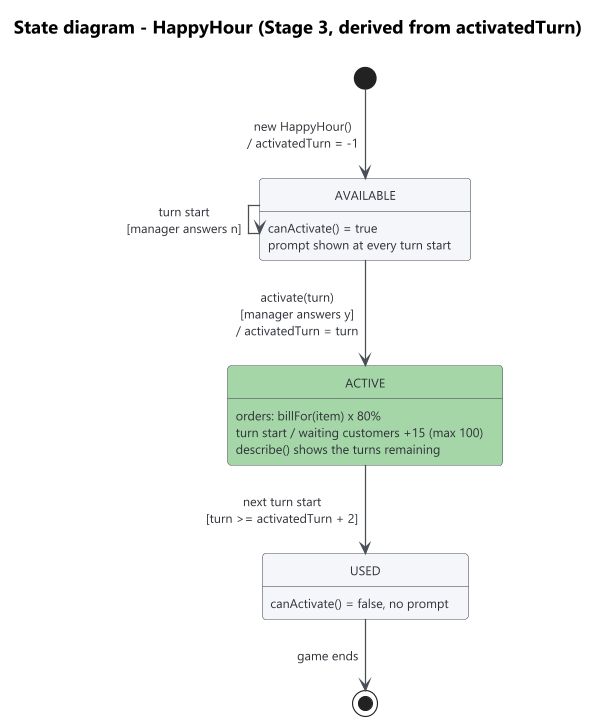
Earlier version of the PlantUML export docs/diagrams/state-happyhour.png (SleepyBryan01/SC2002_OOP_Restaurant_Rush).
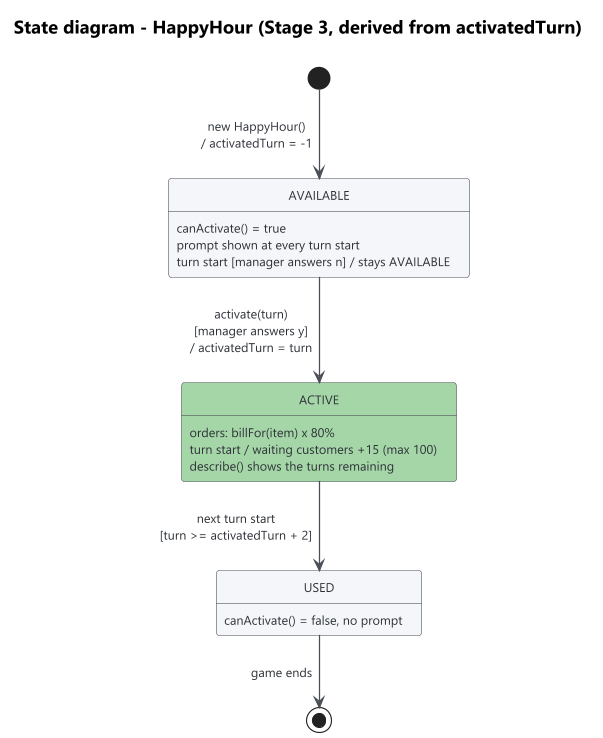
The same diagram one commit later.

Commit message:
Docs: Happy Hour 'answers n' as an internal transition, swatch in the customer state key

The edit, as a diff of the source:
```diff
@@ -8,13 +8,13 @@
 
 AVAILABLE : canActivate() = true
 AVAILABLE : prompt shown at every turn start
+AVAILABLE : turn start [manager answers n] / stays AVAILABLE
 ACTIVE : orders: billFor(item) x 80%
 ACTIVE : turn start / waiting customers +15 (max 100)
 ACTIVE : describe() shows the turns remaining
 USED : canActivate() = false, no prompt
 
 [*] --> AVAILABLE : new HappyHour()\n/ activatedTurn = -1
-AVAILABLE --> AVAILABLE : turn start\n[manager answers n]
 AVAILABLE --> ACTIVE : activate(turn)\n[manager answers y]\n/ activatedTurn = turn
 ACTIVE --> USED : next turn start\n[turn >= activatedTurn + 2]
 USED --> [*] : game ends
```
